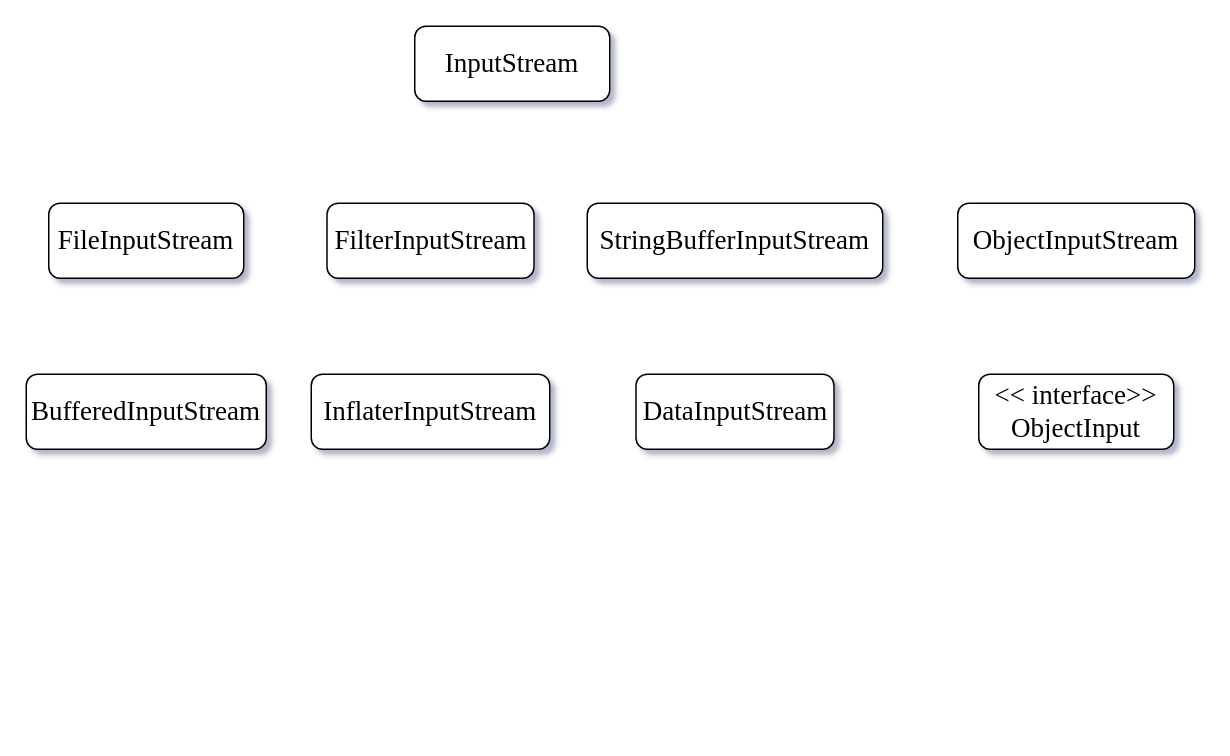
Above: 未命名绘图.drawio in AruNi-01/draw.io-repo (draw.io), before the change. Source tidied: cells renumbered, new cells numbered last; positions are measured from the earlier drawing's top-left corner, leaving out a move shared by most shapes. Both pictures are drawn from the tidied source at 150%, with x=0, y=0 at pixel (26, 26).
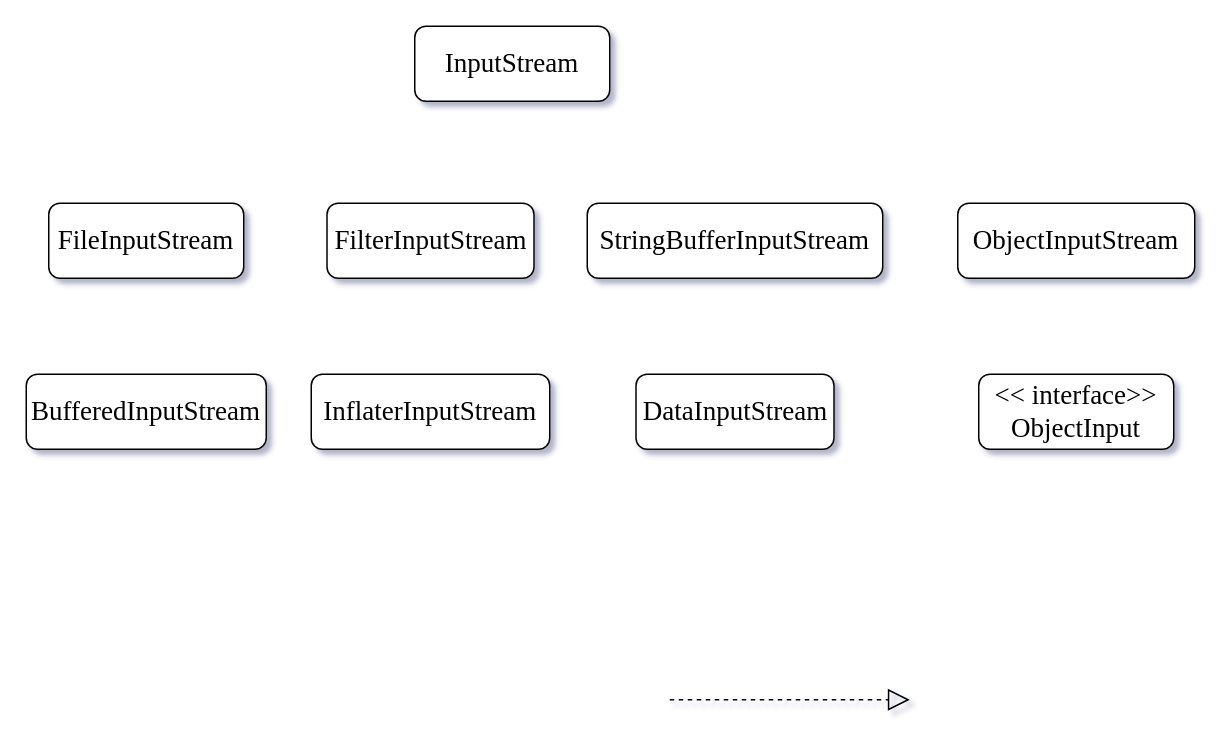
After the change.

Commit message (it also covers changes not shown here):
更新未命名绘图.drawio

What changed in the source:
```diff
@@
 <mxGraphModel shadow="1">
   <root>
     <mxCell id="0" />
     <mxCell id="1" parent="0" />
     <mxCell id="2" value="&lt;font face=&quot;Times New Roman&quot; style=&quot;font-size: 18px;&quot;&gt;InputStream&lt;/font&gt;" style="rounded=1;whiteSpace=wrap;html=1;" parent="1" vertex="1">
       <mxGeometry x="259" width="130" height="50" as="geometry" />
     </mxCell>
     <mxCell id="3" value="&lt;font face=&quot;Times New Roman&quot; style=&quot;font-size: 18px;&quot;&gt;&amp;lt;&amp;lt; interface&amp;gt;&amp;gt;&lt;br&gt;ObjectInput&lt;/font&gt;" style="rounded=1;whiteSpace=wrap;html=1;" parent="1" vertex="1">
       <mxGeometry x="635" y="232" width="130" height="50" as="geometry" />
     </mxCell>
     <mxCell id="4" value="&lt;font face=&quot;Times New Roman&quot; style=&quot;font-size: 18px;&quot;&gt;DataInputStream&lt;/font&gt;" style="rounded=1;whiteSpace=wrap;html=1;" parent="1" vertex="1">
       <mxGeometry x="406.5" y="232" width="132" height="50" as="geometry" />
     </mxCell>
     <mxCell id="5" value="&lt;font face=&quot;Times New Roman&quot; style=&quot;font-size: 18px;&quot;&gt;InflaterInputStream&lt;/font&gt;" style="rounded=1;whiteSpace=wrap;html=1;" parent="1" vertex="1">
       <mxGeometry x="190" y="232" width="159" height="50" as="geometry" />
     </mxCell>
     <mxCell id="6" value="&lt;font face=&quot;Times New Roman&quot; style=&quot;font-size: 18px;&quot;&gt;BufferedInputStream&lt;/font&gt;" style="rounded=1;whiteSpace=wrap;html=1;" parent="1" vertex="1">
       <mxGeometry y="232" width="160" height="50" as="geometry" />
     </mxCell>
     <mxCell id="7" value="&lt;font face=&quot;Times New Roman&quot; style=&quot;font-size: 18px;&quot;&gt;ObjectInputStream&lt;/font&gt;" style="rounded=1;whiteSpace=wrap;html=1;" parent="1" vertex="1">
       <mxGeometry x="621" y="118" width="158" height="50" as="geometry" />
     </mxCell>
     <mxCell id="8" value="&lt;font face=&quot;Times New Roman&quot; style=&quot;font-size: 18px;&quot;&gt;StringBufferInputStream&lt;/font&gt;" style="rounded=1;whiteSpace=wrap;html=1;" parent="1" vertex="1">
       <mxGeometry x="374" y="118" width="197" height="50" as="geometry" />
     </mxCell>
     <mxCell id="9" value="&lt;font face=&quot;Times New Roman&quot; style=&quot;font-size: 18px;&quot;&gt;FilterInputStream&lt;/font&gt;" style="rounded=1;whiteSpace=wrap;html=1;" parent="1" vertex="1">
       <mxGeometry x="200.5" y="118" width="138" height="50" as="geometry" />
     </mxCell>
     <mxCell id="10" value="&lt;font face=&quot;Times New Roman&quot; style=&quot;font-size: 18px;&quot;&gt;FileInputStream&lt;/font&gt;" style="rounded=1;whiteSpace=wrap;html=1;" parent="1" vertex="1">
       <mxGeometry x="15" y="118" width="130" height="50" as="geometry" />
     </mxCell>
+    <mxCell id="11" style="endArrow=block;dashed=1;endFill=0;endSize=12;html=1;rounded=0;fontFamily=Times New Roman;fontSize=18;" parent="1" edge="1">
+      <mxGeometry relative="1" as="geometry">
+        <mxPoint x="429" y="449" as="sourcePoint" />
+        <mxPoint x="589" y="449" as="targetPoint" />
+      </mxGeometry>
+    </mxCell>
   </root>
 </mxGraphModel>
```
